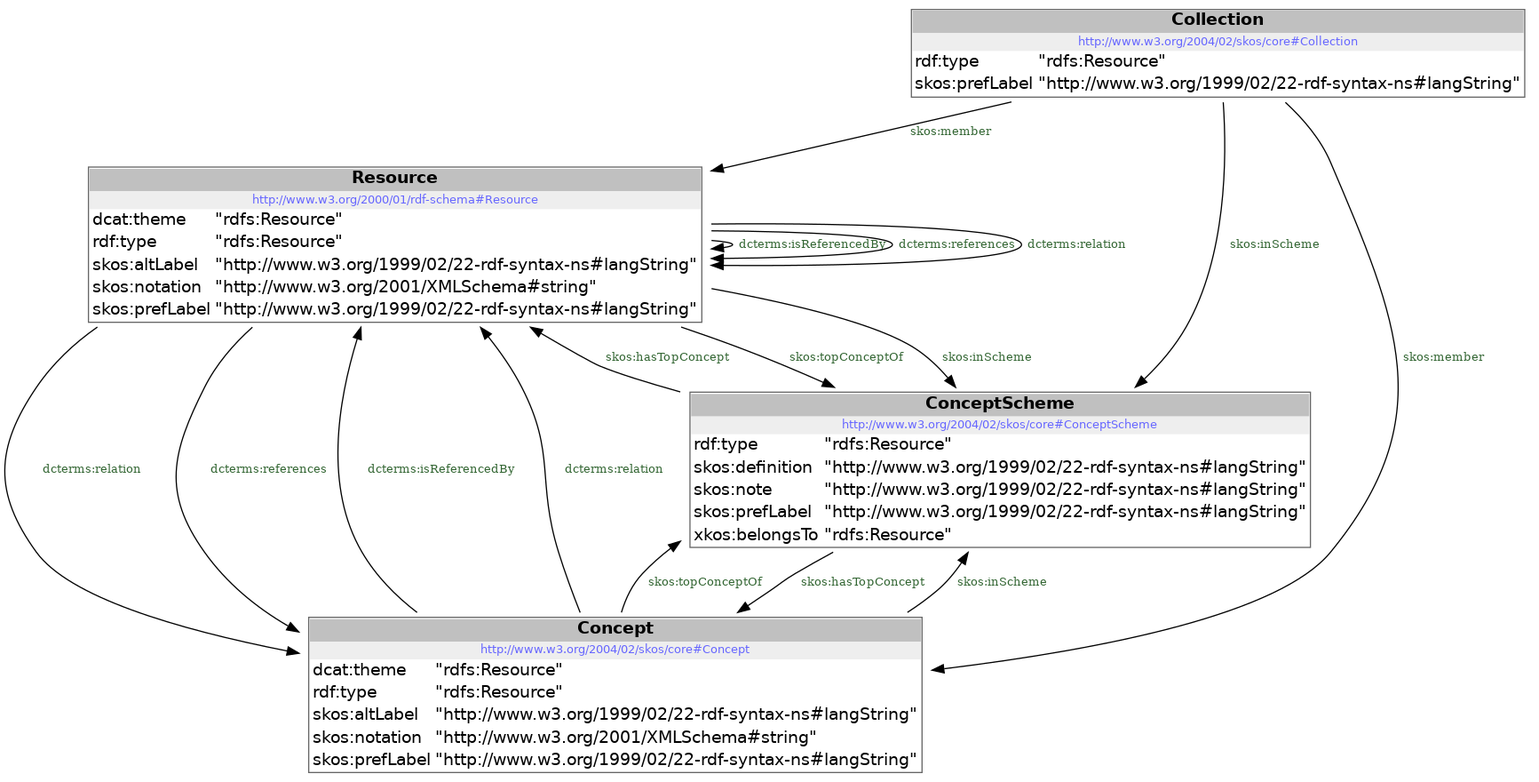
Earlier version of the Graphviz export src/documentation/model.png (milieuinfo/codelijst-bioindicator). Its source is kept beside it as src/documentation/model.dot.
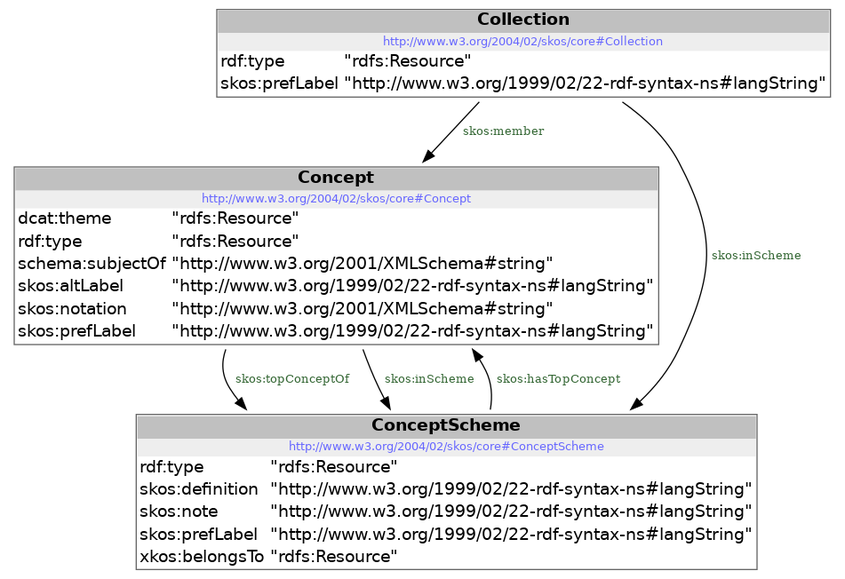
After the change.

The edit, as a diff of the source:
```diff
@@ -1,23 +1,11 @@
 digraph {
  node [ fontname="DejaVu Sans" ] ;
+	node0 -> node1 [ color=BLACK, label=< <font point-size='10' color='#336633'>skos:hasTopConcept</font> > ] ;
+	node1 -> node0 [ color=BLACK, label=< <font point-size='10' color='#336633'>skos:topConceptOf</font> > ] ;
+	node2 -> node1 [ color=BLACK, label=< <font point-size='10' color='#336633'>skos:member</font> > ] ;
 	node1 -> node0 [ color=BLACK, label=< <font point-size='10' color='#336633'>skos:inScheme</font> > ] ;
-	node2 -> node1 [ color=BLACK, label=< <font point-size='10' color='#336633'>skos:member</font> > ] ;
-	node1 -> node1 [ color=BLACK, label=< <font point-size='10' color='#336633'>dcterms:relation</font> > ] ;
-	node1 -> node1 [ color=BLACK, label=< <font point-size='10' color='#336633'>dcterms:isReferencedBy</font> > ] ;
-	node2 -> node3 [ color=BLACK, label=< <font point-size='10' color='#336633'>skos:member</font> > ] ;
-	node1 -> node3 [ color=BLACK, label=< <font point-size='10' color='#336633'>dcterms:relation</font> > ] ;
-	node1 -> node1 [ color=BLACK, label=< <font point-size='10' color='#336633'>dcterms:references</font> > ] ;
-	node1 -> node0 [ color=BLACK, label=< <font point-size='10' color='#336633'>skos:topConceptOf</font> > ] ;
-	node3 -> node0 [ color=BLACK, label=< <font point-size='10' color='#336633'>skos:inScheme</font> > ] ;
-	node3 -> node1 [ color=BLACK, label=< <font point-size='10' color='#336633'>dcterms:isReferencedBy</font> > ] ;
-	node1 -> node3 [ color=BLACK, label=< <font point-size='10' color='#336633'>dcterms:references</font> > ] ;
-	node0 -> node1 [ color=BLACK, label=< <font point-size='10' color='#336633'>skos:hasTopConcept</font> > ] ;
-	node3 -> node1 [ color=BLACK, label=< <font point-size='10' color='#336633'>dcterms:relation</font> > ] ;
-	node3 -> node0 [ color=BLACK, label=< <font point-size='10' color='#336633'>skos:topConceptOf</font> > ] ;
-	node0 -> node3 [ color=BLACK, label=< <font point-size='10' color='#336633'>skos:hasTopConcept</font> > ] ;
 	node2 -> node0 [ color=BLACK, label=< <font point-size='10' color='#336633'>skos:inScheme</font> > ] ;
 node0 [ shape=none, color=black label=< <table color='#666666' cellborder='0' cellspacing='0' border='1'><tr><td colspan='2' bgcolor='grey'><B>ConceptScheme</B></td></tr><tr><td href='http://www.w3.org/2004/02/skos/core#ConceptScheme' bgcolor='#eeeeee' colspan='2'><font point-size='10' color='#6666ff'>http://www.w3.org/2004/02/skos/core#ConceptScheme</font></td></tr><tr><td align='left'>rdf:type</td><td align='left'>&quot;rdfs:Resource&quot;</td></tr><tr><td align='left'>skos:definition</td><td align='left'>&quot;http://www.w3.org/1999/02/22-rdf-syntax-ns#langString&quot;</td></tr><tr><td align='left'>skos:note</td><td align='left'>&quot;http://www.w3.org/1999/02/22-rdf-syntax-ns#langString&quot;</td></tr><tr><td align='left'>skos:prefLabel</td><td align='left'>&quot;http://www.w3.org/1999/02/22-rdf-syntax-ns#langString&quot;</td></tr><tr><td align='left'>xkos:belongsTo</td><td align='left'>&quot;rdfs:Resource&quot;</td></tr></table> > ]
-node1 [ shape=none, color=black label=< <table color='#666666' cellborder='0' cellspacing='0' border='1'><tr><td colspan='2' bgcolor='grey'><B>Resource</B></td></tr><tr><td href='http://www.w3.org/2000/01/rdf-schema#Resource' bgcolor='#eeeeee' colspan='2'><font point-size='10' color='#6666ff'>http://www.w3.org/2000/01/rdf-schema#Resource</font></td></tr><tr><td align='left'>dcat:theme</td><td align='left'>&quot;rdfs:Resource&quot;</td></tr><tr><td align='left'>rdf:type</td><td align='left'>&quot;rdfs:Resource&quot;</td></tr><tr><td align='left'>skos:altLabel</td><td align='left'>&quot;http://www.w3.org/1999/02/22-rdf-syntax-ns#langString&quot;</td></tr><tr><td align='left'>skos:notation</td><td align='left'>&quot;http://www.w3.org/2001/XMLSchema#string&quot;</td></tr><tr><td align='left'>skos:prefLabel</td><td align='left'>&quot;http://www.w3.org/1999/02/22-rdf-syntax-ns#langString&quot;</td></tr></table> > ]
+node1 [ shape=none, color=black label=< <table color='#666666' cellborder='0' cellspacing='0' border='1'><tr><td colspan='2' bgcolor='grey'><B>Concept</B></td></tr><tr><td href='http://www.w3.org/2004/02/skos/core#Concept' bgcolor='#eeeeee' colspan='2'><font point-size='10' color='#6666ff'>http://www.w3.org/2004/02/skos/core#Concept</font></td></tr><tr><td align='left'>dcat:theme</td><td align='left'>&quot;rdfs:Resource&quot;</td></tr><tr><td align='left'>rdf:type</td><td align='left'>&quot;rdfs:Resource&quot;</td></tr><tr><td align='left'>schema:subjectOf</td><td align='left'>&quot;http://www.w3.org/2001/XMLSchema#string&quot;</td></tr><tr><td align='left'>skos:altLabel</td><td align='left'>&quot;http://www.w3.org/1999/02/22-rdf-syntax-ns#langString&quot;</td></tr><tr><td align='left'>skos:notation</td><td align='left'>&quot;http://www.w3.org/2001/XMLSchema#string&quot;</td></tr><tr><td align='left'>skos:prefLabel</td><td align='left'>&quot;http://www.w3.org/1999/02/22-rdf-syntax-ns#langString&quot;</td></tr></table> > ]
 node2 [ shape=none, color=black label=< <table color='#666666' cellborder='0' cellspacing='0' border='1'><tr><td colspan='2' bgcolor='grey'><B>Collection</B></td></tr><tr><td href='http://www.w3.org/2004/02/skos/core#Collection' bgcolor='#eeeeee' colspan='2'><font point-size='10' color='#6666ff'>http://www.w3.org/2004/02/skos/core#Collection</font></td></tr><tr><td align='left'>rdf:type</td><td align='left'>&quot;rdfs:Resource&quot;</td></tr><tr><td align='left'>skos:prefLabel</td><td align='left'>&quot;http://www.w3.org/1999/02/22-rdf-syntax-ns#langString&quot;</td></tr></table> > ]
-node3 [ shape=none, color=black label=< <table color='#666666' cellborder='0' cellspacing='0' border='1'><tr><td colspan='2' bgcolor='grey'><B>Concept</B></td></tr><tr><td href='http://www.w3.org/2004/02/skos/core#Concept' bgcolor='#eeeeee' colspan='2'><font point-size='10' color='#6666ff'>http://www.w3.org/2004/02/skos/core#Concept</font></td></tr><tr><td align='left'>dcat:theme</td><td align='left'>&quot;rdfs:Resource&quot;</td></tr><tr><td align='left'>rdf:type</td><td align='left'>&quot;rdfs:Resource&quot;</td></tr><tr><td align='left'>skos:altLabel</td><td align='left'>&quot;http://www.w3.org/1999/02/22-rdf-syntax-ns#langString&quot;</td></tr><tr><td align='left'>skos:notation</td><td align='left'>&quot;http://www.w3.org/2001/XMLSchema#string&quot;</td></tr><tr><td align='left'>skos:prefLabel</td><td align='left'>&quot;http://www.w3.org/1999/02/22-rdf-syntax-ns#langString&quot;</td></tr></table> > ]
 }
```
